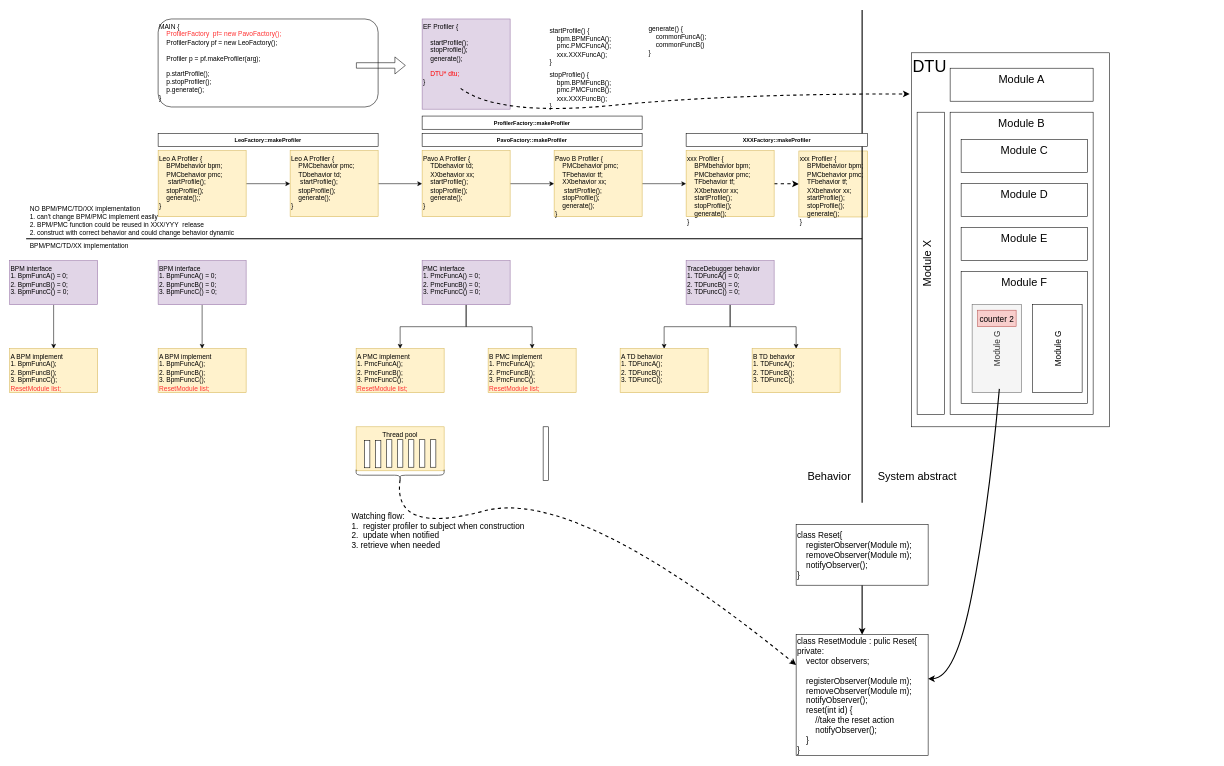
The draw.io diagram page "Page-2" (2 of 3) of diagram/bpm.drawio in dracohan/withon, before the edit. Source tidied: cells renumbered, new cells numbered last; positions are measured from the earlier drawing's top-left corner, leaving out a move shared by most shapes. Both pictures are drawn from the tidied source at 55%, with x=0, y=0 at pixel (9, 10).
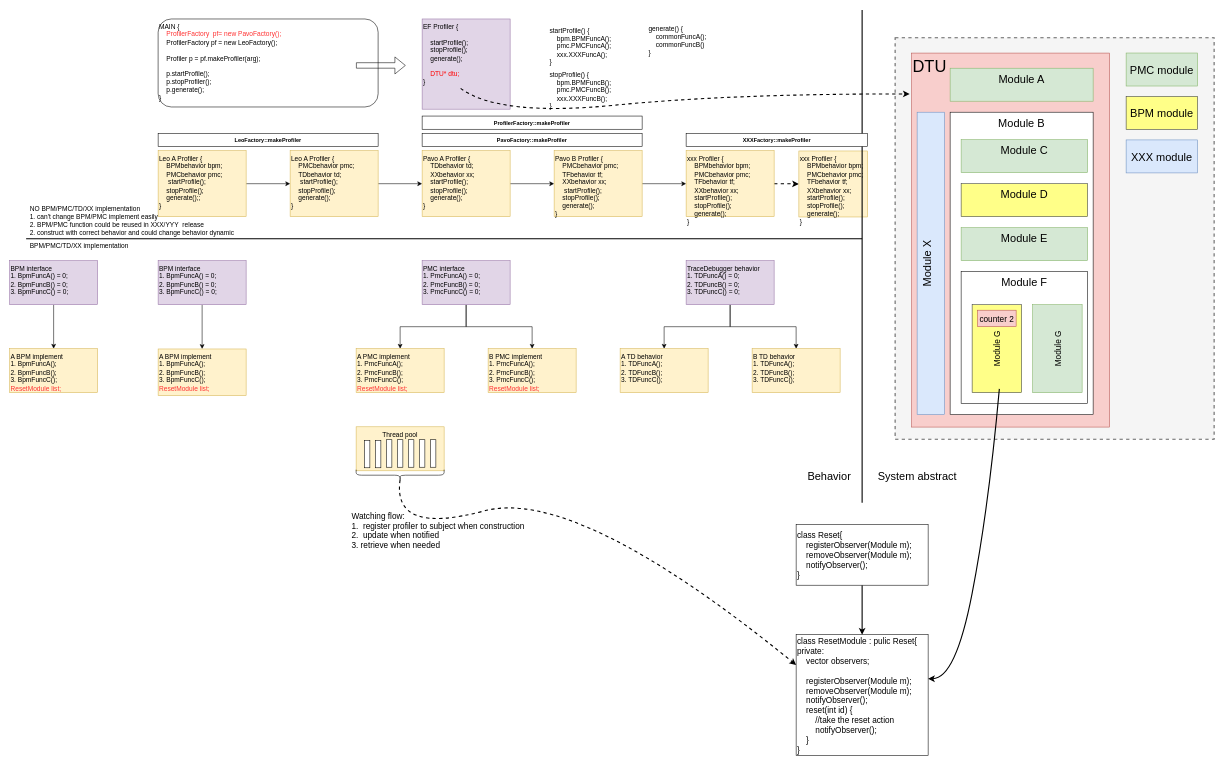
Above is the later version.

Diff of the diagram source:
```diff
@@
+    <mxCell id="73" style="rounded=0;whiteSpace=wrap;html=1;dashed=1;fontSize=15;align=center;strokeWidth=2;fillColor=#f5f5f5;strokeColor=#666666;fontColor=#333333;" parent="1" vertex="1">
+      <mxGeometry x="1610" y="50" width="580" height="730" as="geometry" />
+    </mxCell>
@@
     <mxCell id="4" value="A BPM implement&lt;br&gt;1. BpmFuncA();&lt;br&gt;2. BpmFuncB();&lt;br&gt;3. BpmFuncC();&lt;br&gt;&lt;font color=&quot;#ff3333&quot;&gt;ResetModule list;&lt;/font&gt;" style="rounded=0;whiteSpace=wrap;html=1;align=left;verticalAlign=top;fillColor=#fff2cc;strokeColor=#d6b656;" parent="1" vertex="1">
-      <mxGeometry x="270" y="615.5" width="160" height="80" as="geometry" />
+      <mxGeometry x="270" y="616" width="160" height="85" as="geometry" />
     </mxCell>
@@
-    <mxCell id="35" value="DTU" style="rounded=0;whiteSpace=wrap;html=1;fontSize=30;align=left;verticalAlign=top;" parent="1" vertex="1">
-      <mxGeometry x="1640" y="77.5" width="360" height="680" as="geometry" />
+    <mxCell id="35" value="DTU" style="rounded=0;whiteSpace=wrap;html=1;fontSize=30;align=left;verticalAlign=top;fillColor=#f8cecc;strokeColor=#b85450;" parent="1" vertex="1">
+      <mxGeometry x="1640" y="78" width="360" height="680" as="geometry" />
     </mxCell>
@@
-    <mxCell id="39" value="Module A" style="rounded=0;whiteSpace=wrap;html=1;fontSize=20;align=center;verticalAlign=top;" parent="1" vertex="1">
+    <mxCell id="39" value="Module A" style="rounded=0;whiteSpace=wrap;html=1;fontSize=20;align=center;verticalAlign=top;fillColor=#d5e8d4;strokeColor=#82b366;" parent="1" vertex="1">
       <mxGeometry x="1710" y="105.5" width="260" height="60" as="geometry" />
     </mxCell>
@@
-    <mxCell id="41" value="Module C" style="rounded=0;whiteSpace=wrap;html=1;fontSize=20;align=center;verticalAlign=top;" parent="1" vertex="1">
+    <mxCell id="41" value="Module C" style="rounded=0;whiteSpace=wrap;html=1;fontSize=20;align=center;verticalAlign=top;fillColor=#d5e8d4;strokeColor=#82b366;" parent="1" vertex="1">
       <mxGeometry x="1730" y="235.5" width="230" height="60" as="geometry" />
     </mxCell>
-    <mxCell id="42" value="Module D" style="rounded=0;whiteSpace=wrap;html=1;fontSize=20;align=center;verticalAlign=top;" parent="1" vertex="1">
+    <mxCell id="42" value="Module D" style="rounded=0;whiteSpace=wrap;html=1;fontSize=20;align=center;verticalAlign=top;fillColor=#ffff88;strokeColor=#36393d;" parent="1" vertex="1">
       <mxGeometry x="1730" y="315.5" width="230" height="60" as="geometry" />
     </mxCell>
-    <mxCell id="43" value="Module E" style="rounded=0;whiteSpace=wrap;html=1;fontSize=20;align=center;verticalAlign=top;" parent="1" vertex="1">
+    <mxCell id="43" value="Module E" style="rounded=0;whiteSpace=wrap;html=1;fontSize=20;align=center;verticalAlign=top;fillColor=#d5e8d4;strokeColor=#82b366;" parent="1" vertex="1">
       <mxGeometry x="1730" y="395.5" width="230" height="60" as="geometry" />
     </mxCell>
@@
-    <mxCell id="45" value="Module G" style="rounded=0;whiteSpace=wrap;html=1;fontSize=15;align=center;verticalAlign=middle;horizontal=0;fillColor=#f5f5f5;strokeColor=#666666;fontColor=#333333;" parent="1" vertex="1">
+    <mxCell id="45" value="Module G" style="rounded=0;whiteSpace=wrap;html=1;fontSize=15;align=center;verticalAlign=middle;horizontal=0;fillColor=#ffff88;strokeColor=#36393d;" parent="1" vertex="1">
       <mxGeometry x="1750" y="535.5" width="90" height="160" as="geometry" />
     </mxCell>
-    <mxCell id="46" value="Module G" style="rounded=0;whiteSpace=wrap;html=1;fontSize=15;align=center;verticalAlign=middle;horizontal=0;" parent="1" vertex="1">
+    <mxCell id="46" value="Module G" style="rounded=0;whiteSpace=wrap;html=1;fontSize=15;align=center;verticalAlign=middle;horizontal=0;fillColor=#d5e8d4;strokeColor=#82b366;" parent="1" vertex="1">
       <mxGeometry x="1860" y="535.5" width="90" height="160" as="geometry" />
     </mxCell>
-    <mxCell id="47" value="Module X" style="rounded=0;whiteSpace=wrap;html=1;fontSize=20;align=center;verticalAlign=top;horizontal=0;" parent="1" vertex="1">
+    <mxCell id="47" value="Module X" style="rounded=0;whiteSpace=wrap;html=1;fontSize=20;align=center;verticalAlign=top;horizontal=0;fillColor=#dae8fc;strokeColor=#6c8ebf;" parent="1" vertex="1">
       <mxGeometry x="1650" y="185.5" width="50" height="550" as="geometry" />
     </mxCell>
@@
-    <mxCell id="57" style="rounded=0;whiteSpace=wrap;html=1;fontSize=15;align=center;" parent="1" vertex="1">
-      <mxGeometry x="970" y="757.5" width="10" height="98" as="geometry" />
-    </mxCell>
@@
+    <mxCell id="74" value="PMC module" style="rounded=0;whiteSpace=wrap;html=1;fontSize=20;align=center;verticalAlign=middle;fillColor=#d5e8d4;strokeColor=#82b366;" parent="1" vertex="1">
+      <mxGeometry x="2030" y="77.9" width="130" height="60" as="geometry" />
+    </mxCell>
+    <mxCell id="75" value="BPM module" style="rounded=0;whiteSpace=wrap;html=1;fontSize=20;align=center;verticalAlign=middle;fillColor=#ffff88;strokeColor=#36393d;" parent="1" vertex="1">
+      <mxGeometry x="2030" y="156.9" width="130" height="60" as="geometry" />
+    </mxCell>
+    <mxCell id="76" value="XXX module" style="rounded=0;whiteSpace=wrap;html=1;fontSize=20;align=center;verticalAlign=middle;fillColor=#dae8fc;strokeColor=#6c8ebf;" parent="1" vertex="1">
+      <mxGeometry x="2030" y="235.9" width="130" height="60" as="geometry" />
+    </mxCell>
```
